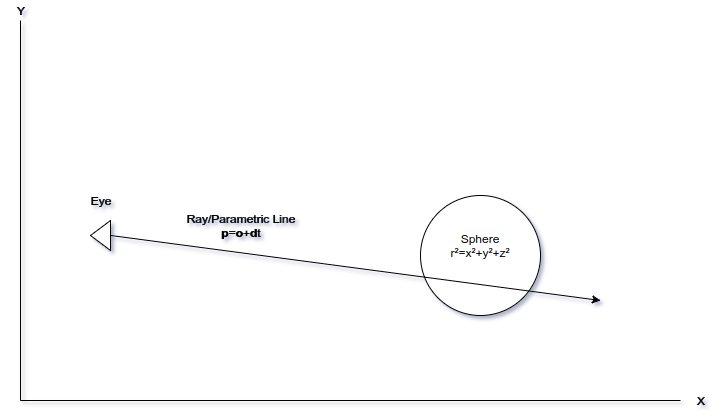
Before: images/raytrace.png, a diagram exported from draw.io (philiparvidsson/Raytracing). Source tidied: cells renumbered, new cells last; positions are measured from the earlier drawing's top-left corner, leaving out a move shared by most shapes. The source it was exported from:
```xml
<mxGraphModel background="#ffffff">
  <root>
    <mxCell id="0" />
    <mxCell id="1" parent="0" />
    <mxCell id="2" style="ellipse;whiteSpace=wrap;html=1;" parent="1" vertex="1">
      <mxGeometry x="420" y="195" width="120" height="120" as="geometry" />
    </mxCell>
    <mxCell id="3" style="triangle;whiteSpace=wrap;html=1;rotation=-180;" parent="1" vertex="1">
      <mxGeometry x="90" y="220" width="20" height="30" as="geometry" />
    </mxCell>
    <mxCell id="4" style="endArrow=classic;html=1;exitX=0;exitY=0.5;" parent="1" edge="1" source="3">
      <mxGeometry relative="1" as="geometry">
        <mxPoint x="600" y="300" as="targetPoint" />
      </mxGeometry>
    </mxCell>
    <mxCell id="5" style="endArrow=none;html=1;endFill=0;" parent="1" edge="1" target="9">
      <mxGeometry relative="1" as="geometry">
        <mxPoint x="20" y="400" as="sourcePoint" />
      </mxGeometry>
    </mxCell>
    <mxCell id="6" value="Eye" style="text;html=1;strokeColor=none;fillColor=none;align=center;verticalAlign=middle;whiteSpace=wrap;" parent="1" vertex="1">
      <mxGeometry x="80" y="190" width="40" height="20" as="geometry" />
    </mxCell>
    <mxCell id="7" value="Sphere&lt;div&gt;r²=x²+y²+z²&lt;br&gt;&lt;/div&gt;" style="text;html=1;strokeColor=none;fillColor=none;align=center;verticalAlign=middle;whiteSpace=wrap;" parent="1" vertex="1">
      <mxGeometry x="460" y="235" width="40" height="20" as="geometry" />
    </mxCell>
    <mxCell id="8" value="Ray/Parametric Line&lt;div&gt;&lt;b&gt;p&lt;/b&gt;=&lt;b&gt;o&lt;/b&gt;+&lt;b&gt;d&lt;/b&gt;t&lt;/div&gt;" style="text;html=1;strokeColor=none;fillColor=none;align=center;verticalAlign=middle;whiteSpace=wrap;" parent="1" vertex="1">
      <mxGeometry x="170" y="215" width="140" height="20" as="geometry" />
    </mxCell>
    <mxCell id="9" value="X" style="text;html=1;strokeColor=none;fillColor=none;align=center;verticalAlign=middle;whiteSpace=wrap;" parent="1" vertex="1">
      <mxGeometry x="680" y="390" width="40" height="20" as="geometry" />
    </mxCell>
    <mxCell id="10" style="endArrow=none;html=1;endFill=0;" parent="1" edge="1" target="11">
      <mxGeometry x="90" y="450" as="geometry">
        <mxPoint x="20" y="400" as="sourcePoint" />
      </mxGeometry>
    </mxCell>
    <mxCell id="11" value="Y" style="text;html=1;strokeColor=none;fillColor=none;align=center;verticalAlign=middle;whiteSpace=wrap;" parent="1" vertex="1">
      <mxGeometry width="40" height="20" as="geometry" />
    </mxCell>
  </root>
</mxGraphModel>
```
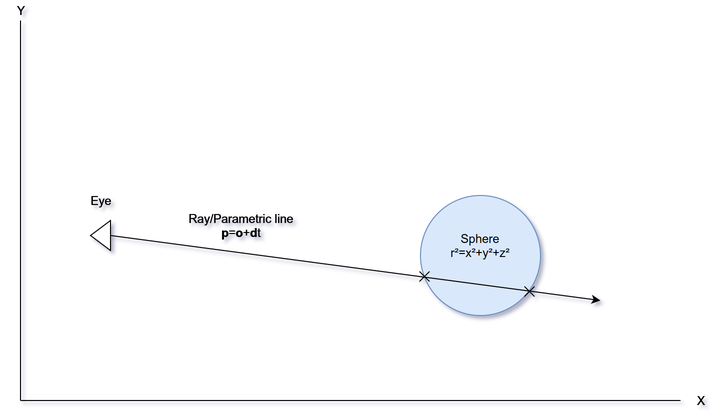
Above is the later version.

Change to the diagram source:
```diff
@@ -2,7 +2,7 @@
   <root>
     <mxCell id="0" />
     <mxCell id="1" parent="0" />
-    <mxCell id="2" style="ellipse;whiteSpace=wrap;html=1;" parent="1" vertex="1">
+    <mxCell id="2" style="ellipse;whiteSpace=wrap;html=1;fillColor=#dae8fc;strokeColor=#6c8ebf;" parent="1" vertex="1">
       <mxGeometry x="420" y="195" width="120" height="120" as="geometry" />
     </mxCell>
     <mxCell id="3" style="triangle;whiteSpace=wrap;html=1;rotation=-180;" parent="1" vertex="1">
@@ -24,7 +24,7 @@
     <mxCell id="7" value="Sphere&lt;div&gt;r²=x²+y²+z²&lt;br&gt;&lt;/div&gt;" style="text;html=1;strokeColor=none;fillColor=none;align=center;verticalAlign=middle;whiteSpace=wrap;" parent="1" vertex="1">
       <mxGeometry x="460" y="235" width="40" height="20" as="geometry" />
     </mxCell>
-    <mxCell id="8" value="Ray/Parametric Line&lt;div&gt;&lt;b&gt;p&lt;/b&gt;=&lt;b&gt;o&lt;/b&gt;+&lt;b&gt;d&lt;/b&gt;t&lt;/div&gt;" style="text;html=1;strokeColor=none;fillColor=none;align=center;verticalAlign=middle;whiteSpace=wrap;" parent="1" vertex="1">
+    <mxCell id="8" value="Ray/Parametric line&lt;div&gt;&lt;b&gt;p&lt;/b&gt;=&lt;b&gt;o&lt;/b&gt;+&lt;b&gt;d&lt;/b&gt;t&lt;/div&gt;" style="text;html=1;strokeColor=none;fillColor=none;align=center;verticalAlign=middle;whiteSpace=wrap;" parent="1" vertex="1">
       <mxGeometry x="170" y="215" width="140" height="20" as="geometry" />
     </mxCell>
     <mxCell id="9" value="X" style="text;html=1;strokeColor=none;fillColor=none;align=center;verticalAlign=middle;whiteSpace=wrap;" parent="1" vertex="1">
@@ -38,5 +38,29 @@
     <mxCell id="11" value="Y" style="text;html=1;strokeColor=none;fillColor=none;align=center;verticalAlign=middle;whiteSpace=wrap;" parent="1" vertex="1">
       <mxGeometry width="40" height="20" as="geometry" />
     </mxCell>
+    <mxCell id="12" style="endArrow=none;html=1;endFill=0;" parent="1" edge="1">
+      <mxGeometry relative="1" as="geometry">
+        <mxPoint x="524" y="296" as="sourcePoint" />
+        <mxPoint x="534" y="286" as="targetPoint" />
+      </mxGeometry>
+    </mxCell>
+    <mxCell id="13" style="endArrow=none;html=1;endFill=0;" parent="1" edge="1">
+      <mxGeometry x="634" y="346" as="geometry">
+        <mxPoint x="524" y="286" as="sourcePoint" />
+        <mxPoint x="534" y="296" as="targetPoint" />
+      </mxGeometry>
+    </mxCell>
+    <mxCell id="14" style="endArrow=none;html=1;endFill=0;" parent="1" edge="1">
+      <mxGeometry x="479" y="311" as="geometry">
+        <mxPoint x="419" y="281" as="sourcePoint" />
+        <mxPoint x="429" y="271" as="targetPoint" />
+      </mxGeometry>
+    </mxCell>
+    <mxCell id="15" style="endArrow=none;html=1;endFill=0;" parent="1" edge="1">
+      <mxGeometry x="529" y="331" as="geometry">
+        <mxPoint x="419" y="271" as="sourcePoint" />
+        <mxPoint x="429" y="281" as="targetPoint" />
+      </mxGeometry>
+    </mxCell>
   </root>
 </mxGraphModel>
```
